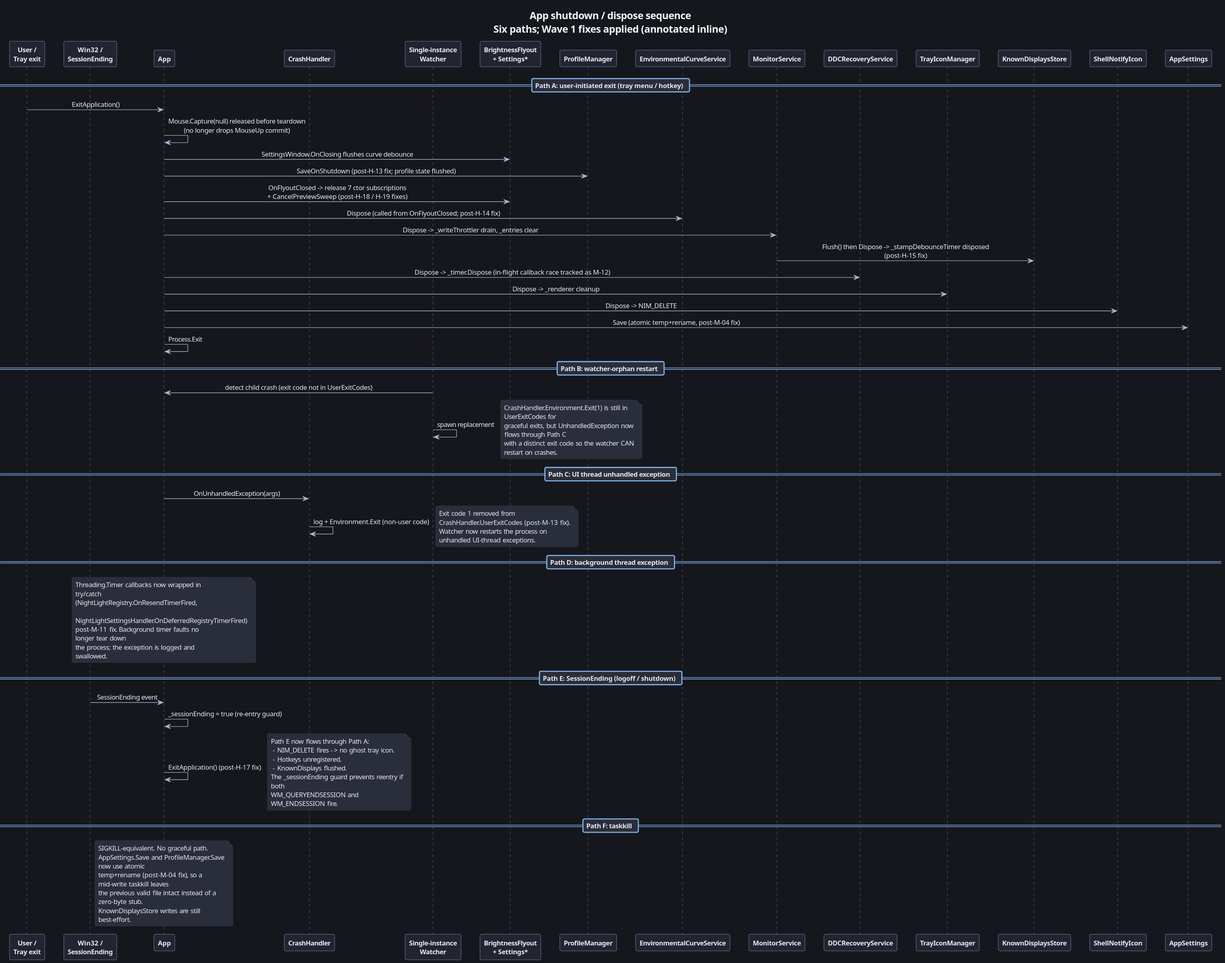
Before: documentation/plantuml/13_app_shutdown_sequence.svg, a diagram exported from PlantUML (alchemyyy/BrightnessTrayAppWPF).
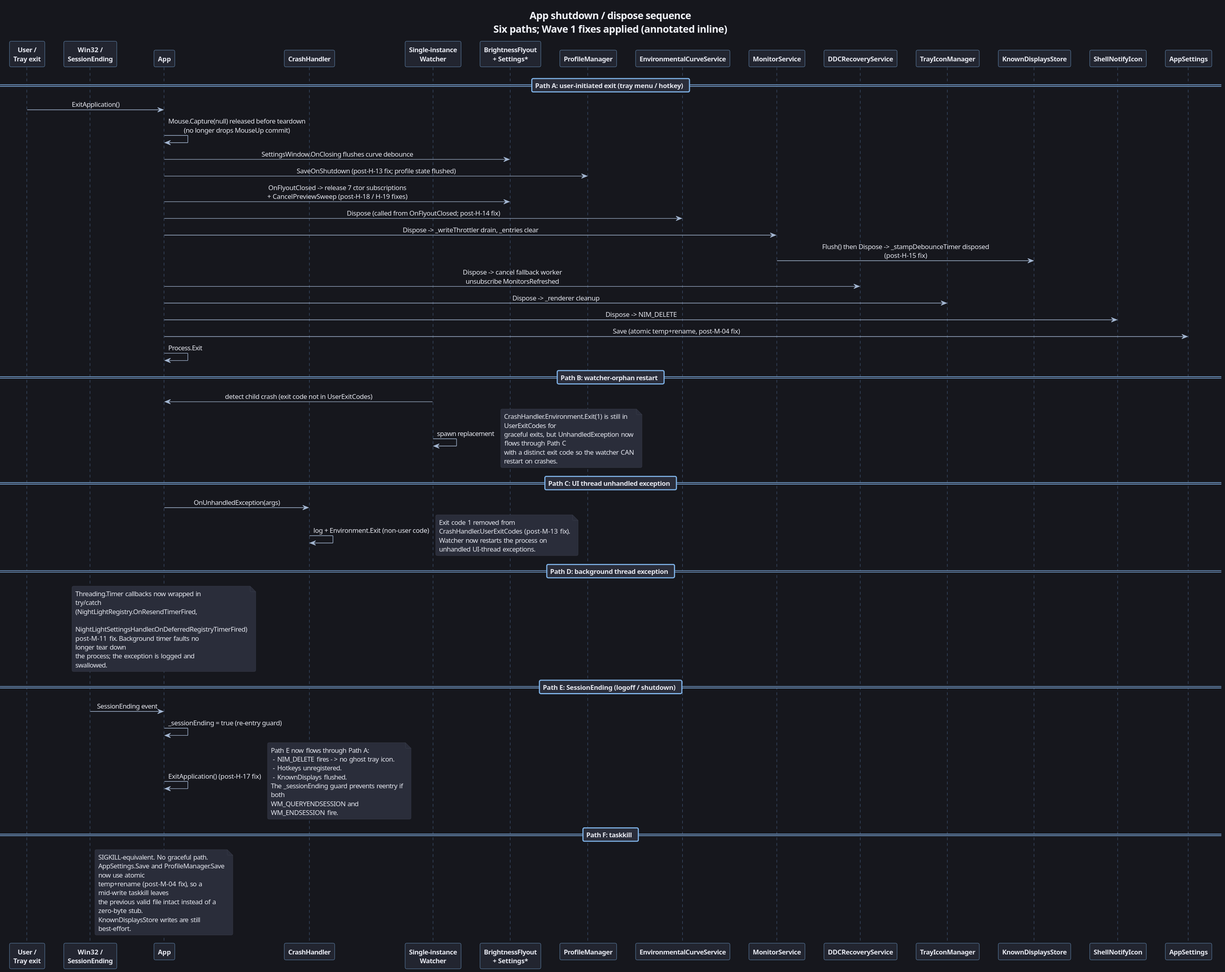
After the change.

Diff of the diagram source:
```diff
@@ -26,7 +26,7 @@
 APP -> ECS : Dispose (called from OnFlyoutClosed; post-H-14 fix)
 APP -> MS  : Dispose -> _writeThrottler drain, _entries clear
 MS  -> KDS : Flush() then Dispose -> _stampDebounceTimer disposed\n(post-H-15 fix)
-APP -> DRS : Dispose -> _timer.Dispose (in-flight callback race tracked as M-12)
+APP -> DRS : Dispose -> cancel fallback worker\nunsubscribe MonitorsRefreshed
 APP -> TIM : Dispose -> _renderer cleanup
 APP -> SNI : Dispose -> NIM_DELETE
 APP -> APS : Save (atomic temp+rename, post-M-04 fix)
```
